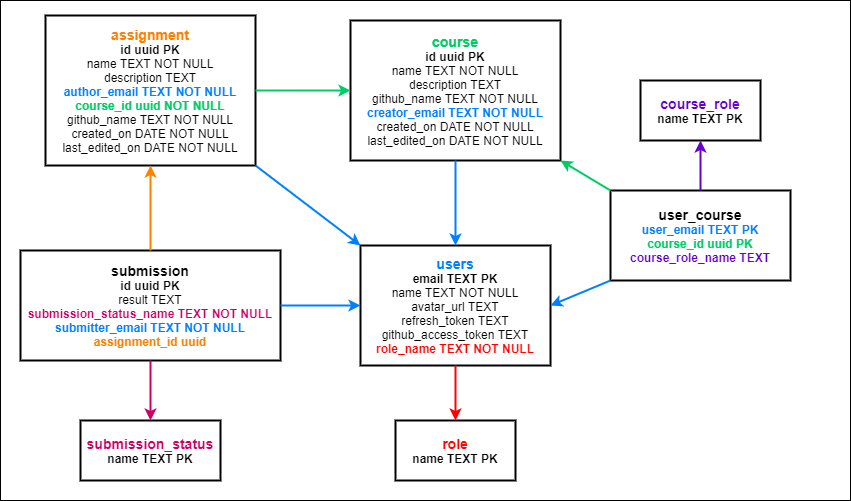
Before: docs/grader-db-tables.png, a diagram exported from draw.io (ZdravkoGyurov/grader). Source tidied: cells renumbered, new cells last; positions are measured from the earlier drawing's top-left corner, leaving out a move shared by most shapes. The source it was exported from:
```xml
<mxGraphModel>
  <root>
    <mxCell id="0" />
    <mxCell id="1" parent="0" />
    <mxCell id="2" style="rounded=0;whiteSpace=wrap;html=1;fillColor=#FFFFFF;" parent="1" vertex="1">
      <mxGeometry width="850" height="500" as="geometry" />
    </mxCell>
    <mxCell id="3" value="&lt;font color=&quot;#ff0000&quot;&gt;&lt;b&gt;&lt;font style=&quot;font-size: 14px&quot;&gt;role&lt;/font&gt;&lt;/b&gt;&lt;br&gt;&lt;/font&gt;&lt;b&gt;name TEXT PK&lt;/b&gt;" style="rounded=0;whiteSpace=wrap;html=1;fillColor=#FFFFFF;fontColor=#000000;strokeColor=#000000;strokeWidth=2;" parent="1" vertex="1">
      <mxGeometry x="395" y="420" width="120" height="60" as="geometry" />
    </mxCell>
    <mxCell id="4" value="&lt;b style=&quot;font-size: 14px&quot;&gt;&lt;font color=&quot;#6600cc&quot;&gt;course_role&lt;br&gt;&lt;/font&gt;&lt;/b&gt;&lt;b&gt;name TEXT PK&lt;/b&gt;" style="rounded=0;whiteSpace=wrap;html=1;fillColor=#FFFFFF;fontColor=#000000;strokeColor=#000000;strokeWidth=2;" parent="1" vertex="1">
      <mxGeometry x="640" y="80" width="120" height="60" as="geometry" />
    </mxCell>
    <mxCell id="5" value="&lt;font color=&quot;#cc0066&quot;&gt;&lt;b&gt;&lt;font style=&quot;font-size: 14px&quot;&gt;submission_status&lt;/font&gt;&lt;/b&gt;&lt;br&gt;&lt;/font&gt;&lt;b&gt;name TEXT PK&lt;/b&gt;" style="rounded=0;whiteSpace=wrap;html=1;fillColor=#FFFFFF;fontColor=#000000;strokeColor=#000000;strokeWidth=2;" parent="1" vertex="1">
      <mxGeometry x="80" y="420" width="140" height="60" as="geometry" />
    </mxCell>
    <mxCell id="6" value="&lt;font color=&quot;#007fff&quot;&gt;&lt;b&gt;&lt;font style=&quot;font-size: 14px&quot;&gt;users&lt;/font&gt;&lt;/b&gt;&lt;br&gt;&lt;/font&gt;&lt;b&gt;email TEXT PK&lt;/b&gt;&lt;br&gt;name TEXT NOT NULL&lt;br&gt;avatar_url TEXT&lt;br&gt;refresh_token TEXT&lt;br&gt;github_access_token TEXT&lt;br&gt;&lt;font color=&quot;#ff0000&quot;&gt;&lt;b&gt;role_name TEXT NOT NULL&lt;/b&gt;&lt;/font&gt;" style="rounded=0;whiteSpace=wrap;html=1;fillColor=#FFFFFF;fontColor=#000000;strokeColor=#000000;strokeWidth=2;" parent="1" vertex="1">
      <mxGeometry x="360" y="245" width="190" height="120" as="geometry" />
    </mxCell>
    <mxCell id="7" value="&lt;b&gt;&lt;font color=&quot;#00cc66&quot;&gt;&lt;font style=&quot;font-size: 14px&quot;&gt;course&lt;/font&gt;&lt;br&gt;&lt;/font&gt;id uuid PK&lt;/b&gt;&lt;br&gt;name TEXT NOT NULL&lt;br&gt;description TEXT&lt;br&gt;github_name TEXT NOT NULL&lt;br&gt;&lt;b&gt;&lt;font color=&quot;#007fff&quot;&gt;creator_email TEXT NOT NULL&lt;/font&gt;&lt;/b&gt;&lt;br&gt;created_on DATE NOT NULL&lt;br&gt;last_edited_on DATE NOT NULL" style="rounded=0;whiteSpace=wrap;html=1;fillColor=#FFFFFF;fontColor=#000000;strokeWidth=2;strokeColor=#000000;" parent="1" vertex="1">
      <mxGeometry x="350" y="20" width="210" height="140" as="geometry" />
    </mxCell>
    <mxCell id="8" value="&lt;b style=&quot;font-size: 14px&quot;&gt;&lt;font color=&quot;#ff8000&quot;&gt;assignment&lt;br&gt;&lt;/font&gt;&lt;/b&gt;&lt;b&gt;id uuid PK&lt;/b&gt;&lt;br&gt;name TEXT NOT NULL&lt;br&gt;description TEXT&lt;br&gt;&lt;b&gt;&lt;font color=&quot;#007fff&quot;&gt;author_email TEXT NOT NULL&lt;br&gt;&lt;/font&gt;&lt;font color=&quot;#00cc66&quot;&gt;course_id uuid NOT NULL&lt;/font&gt;&lt;br&gt;&lt;/b&gt;github_name TEXT NOT NULL&lt;br&gt;created_on DATE NOT NULL&lt;br&gt;last_edited_on DATE NOT NULL" style="rounded=0;whiteSpace=wrap;html=1;fillColor=#FFFFFF;fontColor=#000000;strokeWidth=2;strokeColor=#000000;" parent="1" vertex="1">
      <mxGeometry x="45" y="15" width="210" height="150" as="geometry" />
    </mxCell>
    <mxCell id="9" value="&lt;b&gt;&lt;font style=&quot;font-size: 14px&quot;&gt;submission&lt;/font&gt;&lt;br&gt;id uuid PK&lt;br&gt;&lt;/b&gt;result TEXT&lt;br&gt;&lt;b&gt;&lt;font color=&quot;#cc0066&quot;&gt;submission_status_name TEXT NOT NULL&lt;br&gt;&lt;/font&gt;&lt;font color=&quot;#007fff&quot;&gt;submitter_email TEXT NOT NULL&lt;br&gt;&lt;/font&gt;&lt;font color=&quot;#ff8000&quot;&gt;assignment_id uuid&lt;/font&gt;&lt;/b&gt;" style="rounded=0;whiteSpace=wrap;html=1;fillColor=#FFFFFF;fontColor=#000000;strokeColor=#000000;strokeWidth=2;" parent="1" vertex="1">
      <mxGeometry x="20" y="250" width="260" height="110" as="geometry" />
    </mxCell>
    <mxCell id="10" value="&lt;b style=&quot;font-size: 14px&quot;&gt;user_course&lt;br&gt;&lt;/b&gt;&lt;font color=&quot;#007fff&quot; style=&quot;font-weight: bold&quot;&gt;user_email TEXT PK&lt;br&gt;&lt;/font&gt;&lt;b&gt;&lt;font color=&quot;#00cc66&quot;&gt;course_id uuid PK&lt;br&gt;&lt;/font&gt;&lt;font color=&quot;#6600cc&quot;&gt;course_role_name TEXT&lt;/font&gt;&lt;/b&gt;" style="rounded=0;whiteSpace=wrap;html=1;fillColor=#FFFFFF;fontColor=#000000;strokeColor=#000000;strokeWidth=2;" parent="1" vertex="1">
      <mxGeometry x="610" y="190" width="180" height="90" as="geometry" />
    </mxCell>
    <mxCell id="11" style="endArrow=classic;html=1;fontColor=#FF0000;exitX=0.5;exitY=1;exitDx=0;exitDy=0;entryX=0.5;entryY=0;entryDx=0;entryDy=0;strokeColor=#FF0000;jumpSize=6;strokeWidth=2;" parent="1" edge="1" source="6" target="3">
      <mxGeometry relative="1" as="geometry" />
    </mxCell>
    <mxCell id="12" style="endArrow=classic;html=1;fontColor=#FF0000;exitX=0.5;exitY=1;exitDx=0;exitDy=0;entryX=0.5;entryY=0;entryDx=0;entryDy=0;strokeColor=#007FFF;strokeWidth=2;" parent="1" edge="1" source="7" target="6">
      <mxGeometry relative="1" as="geometry" />
    </mxCell>
    <mxCell id="13" style="endArrow=classic;html=1;fontColor=#FF0000;exitX=1;exitY=1;exitDx=0;exitDy=0;entryX=0;entryY=0;entryDx=0;entryDy=0;strokeColor=#007FFF;strokeWidth=2;" parent="1" edge="1" source="8" target="6">
      <mxGeometry relative="1" as="geometry" />
    </mxCell>
    <mxCell id="14" style="endArrow=classic;html=1;fontColor=#FF0000;exitX=1;exitY=0.5;exitDx=0;exitDy=0;entryX=0;entryY=0.5;entryDx=0;entryDy=0;strokeColor=#00CC66;strokeWidth=2;" parent="1" edge="1" source="8" target="7">
      <mxGeometry relative="1" as="geometry" />
    </mxCell>
    <mxCell id="15" style="endArrow=classic;html=1;fontColor=#FF0000;exitX=0.5;exitY=0;exitDx=0;exitDy=0;entryX=0.5;entryY=1;entryDx=0;entryDy=0;strokeColor=#FF8000;strokeWidth=2;" parent="1" edge="1" source="9" target="8">
      <mxGeometry relative="1" as="geometry" />
    </mxCell>
    <mxCell id="16" style="endArrow=classic;html=1;fontColor=#FF0000;exitX=1;exitY=0.5;exitDx=0;exitDy=0;entryX=0;entryY=0.5;entryDx=0;entryDy=0;strokeColor=#007FFF;strokeWidth=2;" parent="1" edge="1" source="9" target="6">
      <mxGeometry relative="1" as="geometry" />
    </mxCell>
    <mxCell id="17" style="endArrow=classic;html=1;fontColor=#FF0000;entryX=0.5;entryY=0;entryDx=0;entryDy=0;strokeColor=#CC0066;strokeWidth=2;exitX=0.5;exitY=1;exitDx=0;exitDy=0;" parent="1" edge="1" source="9" target="5">
      <mxGeometry relative="1" as="geometry" />
    </mxCell>
    <mxCell id="18" style="endArrow=classic;html=1;fontColor=#FF0000;exitX=0;exitY=1;exitDx=0;exitDy=0;entryX=1;entryY=0.5;entryDx=0;entryDy=0;strokeColor=#007FFF;strokeWidth=2;" parent="1" edge="1" source="10" target="6">
      <mxGeometry relative="1" as="geometry" />
    </mxCell>
    <mxCell id="19" style="endArrow=classic;html=1;fontColor=#FF0000;exitX=0;exitY=0;exitDx=0;exitDy=0;entryX=1;entryY=1;entryDx=0;entryDy=0;strokeColor=#00CC66;strokeWidth=2;" parent="1" edge="1" source="10" target="7">
      <mxGeometry relative="1" as="geometry" />
    </mxCell>
    <mxCell id="20" style="endArrow=classic;html=1;fontColor=#FF0000;exitX=0.5;exitY=0;exitDx=0;exitDy=0;entryX=0.5;entryY=1;entryDx=0;entryDy=0;strokeColor=#6600CC;strokeWidth=2;" parent="1" edge="1" source="10" target="4">
      <mxGeometry relative="1" as="geometry" />
    </mxCell>
  </root>
</mxGraphModel>
```
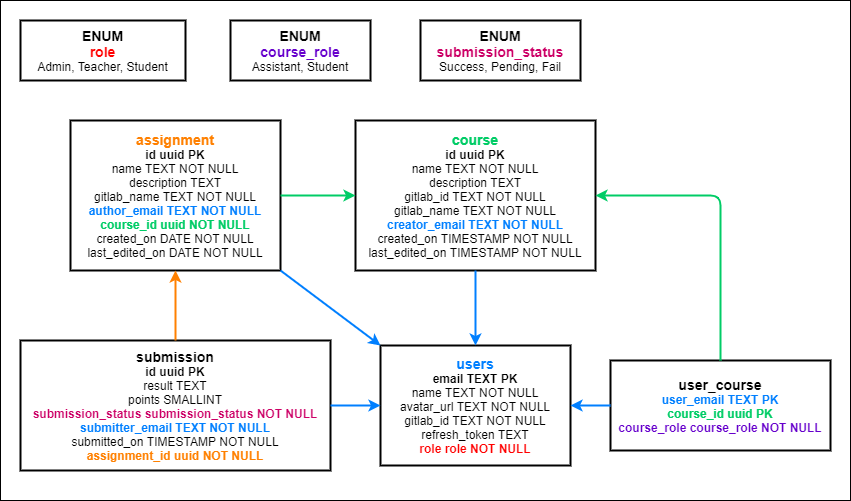
The same diagram one commit later.

Change to the diagram source:
```diff
@@ -5,33 +5,30 @@
     <mxCell id="2" style="rounded=0;whiteSpace=wrap;html=1;fillColor=#FFFFFF;" parent="1" vertex="1">
       <mxGeometry width="850" height="500" as="geometry" />
     </mxCell>
-    <mxCell id="3" value="&lt;font color=&quot;#ff0000&quot;&gt;&lt;b&gt;&lt;font style=&quot;font-size: 14px&quot;&gt;role&lt;/font&gt;&lt;/b&gt;&lt;br&gt;&lt;/font&gt;&lt;b&gt;name TEXT PK&lt;/b&gt;" style="rounded=0;whiteSpace=wrap;html=1;fillColor=#FFFFFF;fontColor=#000000;strokeColor=#000000;strokeWidth=2;" parent="1" vertex="1">
-      <mxGeometry x="395" y="420" width="120" height="60" as="geometry" />
+    <mxCell id="3" value="&lt;b&gt;&lt;font style=&quot;font-size: 14px&quot;&gt;ENUM&lt;br&gt;&lt;font color=&quot;#ff0000&quot;&gt;role&lt;/font&gt;&lt;/font&gt;&lt;/b&gt;&lt;br&gt;Admin, Teacher, Student" style="rounded=0;whiteSpace=wrap;html=1;fillColor=#FFFFFF;fontColor=#000000;strokeColor=#000000;strokeWidth=2;" parent="1" vertex="1">
+      <mxGeometry x="20" y="20" width="165" height="60" as="geometry" />
     </mxCell>
-    <mxCell id="4" value="&lt;b style=&quot;font-size: 14px&quot;&gt;&lt;font color=&quot;#6600cc&quot;&gt;course_role&lt;br&gt;&lt;/font&gt;&lt;/b&gt;&lt;b&gt;name TEXT PK&lt;/b&gt;" style="rounded=0;whiteSpace=wrap;html=1;fillColor=#FFFFFF;fontColor=#000000;strokeColor=#000000;strokeWidth=2;" parent="1" vertex="1">
-      <mxGeometry x="640" y="80" width="120" height="60" as="geometry" />
+    <mxCell id="4" value="&lt;b style=&quot;font-size: 14px&quot;&gt;ENUM&lt;br&gt;&lt;font color=&quot;#6600cc&quot;&gt;course_role&lt;br&gt;&lt;/font&gt;&lt;/b&gt;Assistant, Student" style="rounded=0;whiteSpace=wrap;html=1;fillColor=#FFFFFF;fontColor=#000000;strokeColor=#000000;strokeWidth=2;" parent="1" vertex="1">
+      <mxGeometry x="230" y="20" width="140" height="60" as="geometry" />
     </mxCell>
-    <mxCell id="5" value="&lt;font color=&quot;#cc0066&quot;&gt;&lt;b&gt;&lt;font style=&quot;font-size: 14px&quot;&gt;submission_status&lt;/font&gt;&lt;/b&gt;&lt;br&gt;&lt;/font&gt;&lt;b&gt;name TEXT PK&lt;/b&gt;" style="rounded=0;whiteSpace=wrap;html=1;fillColor=#FFFFFF;fontColor=#000000;strokeColor=#000000;strokeWidth=2;" parent="1" vertex="1">
-      <mxGeometry x="80" y="420" width="140" height="60" as="geometry" />
+    <mxCell id="5" value="&lt;b&gt;&lt;font style=&quot;font-size: 14px&quot;&gt;ENUM&lt;br&gt;&lt;font color=&quot;#cc0066&quot;&gt;submission_status&lt;br&gt;&lt;/font&gt;&lt;/font&gt;&lt;/b&gt;Success, Pending, Fail" style="rounded=0;whiteSpace=wrap;html=1;fillColor=#FFFFFF;fontColor=#000000;strokeColor=#000000;strokeWidth=2;" parent="1" vertex="1">
+      <mxGeometry x="420" y="20" width="160" height="60" as="geometry" />
     </mxCell>
-    <mxCell id="6" value="&lt;font color=&quot;#007fff&quot;&gt;&lt;b&gt;&lt;font style=&quot;font-size: 14px&quot;&gt;users&lt;/font&gt;&lt;/b&gt;&lt;br&gt;&lt;/font&gt;&lt;b&gt;email TEXT PK&lt;/b&gt;&lt;br&gt;name TEXT NOT NULL&lt;br&gt;avatar_url TEXT&lt;br&gt;refresh_token TEXT&lt;br&gt;github_access_token TEXT&lt;br&gt;&lt;font color=&quot;#ff0000&quot;&gt;&lt;b&gt;role_name TEXT NOT NULL&lt;/b&gt;&lt;/font&gt;" style="rounded=0;whiteSpace=wrap;html=1;fillColor=#FFFFFF;fontColor=#000000;strokeColor=#000000;strokeWidth=2;" parent="1" vertex="1">
-      <mxGeometry x="360" y="245" width="190" height="120" as="geometry" />
+    <mxCell id="6" value="&lt;font color=&quot;#007fff&quot;&gt;&lt;b&gt;&lt;font style=&quot;font-size: 14px&quot;&gt;users&lt;/font&gt;&lt;/b&gt;&lt;br&gt;&lt;/font&gt;&lt;b&gt;email TEXT PK&lt;/b&gt;&lt;br&gt;name TEXT NOT NULL&lt;br&gt;avatar_url TEXT NOT NULL&lt;br&gt;gitlab_id TEXT NOT NULL&lt;br&gt;refresh_token TEXT&lt;br&gt;&lt;font color=&quot;#ff0000&quot;&gt;&lt;b&gt;role role NOT NULL&lt;/b&gt;&lt;/font&gt;" style="rounded=0;whiteSpace=wrap;html=1;fillColor=#FFFFFF;fontColor=#000000;strokeColor=#000000;strokeWidth=2;" parent="1" vertex="1">
+      <mxGeometry x="380" y="345" width="190" height="120" as="geometry" />
     </mxCell>
-    <mxCell id="7" value="&lt;b&gt;&lt;font color=&quot;#00cc66&quot;&gt;&lt;font style=&quot;font-size: 14px&quot;&gt;course&lt;/font&gt;&lt;br&gt;&lt;/font&gt;id uuid PK&lt;/b&gt;&lt;br&gt;name TEXT NOT NULL&lt;br&gt;description TEXT&lt;br&gt;github_name TEXT NOT NULL&lt;br&gt;&lt;b&gt;&lt;font color=&quot;#007fff&quot;&gt;creator_email TEXT NOT NULL&lt;/font&gt;&lt;/b&gt;&lt;br&gt;created_on DATE NOT NULL&lt;br&gt;last_edited_on DATE NOT NULL" style="rounded=0;whiteSpace=wrap;html=1;fillColor=#FFFFFF;fontColor=#000000;strokeWidth=2;strokeColor=#000000;" parent="1" vertex="1">
-      <mxGeometry x="350" y="20" width="210" height="140" as="geometry" />
+    <mxCell id="7" value="&lt;b&gt;&lt;font color=&quot;#00cc66&quot;&gt;&lt;font style=&quot;font-size: 14px&quot;&gt;course&lt;/font&gt;&lt;br&gt;&lt;/font&gt;id uuid PK&lt;/b&gt;&lt;br&gt;name TEXT NOT NULL&lt;br&gt;description TEXT&lt;br&gt;gitlab_id TEXT NOT NULL&lt;br&gt;gitlab_name TEXT NOT NULL&lt;br&gt;&lt;b&gt;&lt;font color=&quot;#007fff&quot;&gt;creator_email TEXT NOT NULL&lt;/font&gt;&lt;/b&gt;&lt;br&gt;created_on TIMESTAMP NOT NULL&lt;br&gt;last_edited_on TIMESTAMP NOT NULL" style="rounded=0;whiteSpace=wrap;html=1;fillColor=#FFFFFF;fontColor=#000000;strokeWidth=2;strokeColor=#000000;" parent="1" vertex="1">
+      <mxGeometry x="355" y="120" width="240" height="150" as="geometry" />
     </mxCell>
-    <mxCell id="8" value="&lt;b style=&quot;font-size: 14px&quot;&gt;&lt;font color=&quot;#ff8000&quot;&gt;assignment&lt;br&gt;&lt;/font&gt;&lt;/b&gt;&lt;b&gt;id uuid PK&lt;/b&gt;&lt;br&gt;name TEXT NOT NULL&lt;br&gt;description TEXT&lt;br&gt;&lt;b&gt;&lt;font color=&quot;#007fff&quot;&gt;author_email TEXT NOT NULL&lt;br&gt;&lt;/font&gt;&lt;font color=&quot;#00cc66&quot;&gt;course_id uuid NOT NULL&lt;/font&gt;&lt;br&gt;&lt;/b&gt;github_name TEXT NOT NULL&lt;br&gt;created_on DATE NOT NULL&lt;br&gt;last_edited_on DATE NOT NULL" style="rounded=0;whiteSpace=wrap;html=1;fillColor=#FFFFFF;fontColor=#000000;strokeWidth=2;strokeColor=#000000;" parent="1" vertex="1">
-      <mxGeometry x="45" y="15" width="210" height="150" as="geometry" />
+    <mxCell id="8" value="&lt;b style=&quot;font-size: 14px&quot;&gt;&lt;font color=&quot;#ff8000&quot;&gt;assignment&lt;br&gt;&lt;/font&gt;&lt;/b&gt;&lt;b&gt;id uuid PK&lt;/b&gt;&lt;br&gt;name TEXT NOT NULL&lt;br&gt;description TEXT&lt;br&gt;gitlab_name TEXT NOT NULL&lt;br&gt;&lt;b&gt;&lt;font color=&quot;#007fff&quot;&gt;author_email TEXT NOT NULL&lt;br&gt;&lt;/font&gt;&lt;font color=&quot;#00cc66&quot;&gt;course_id uuid NOT NULL&lt;/font&gt;&lt;/b&gt;&lt;br&gt;created_on DATE NOT NULL&lt;br&gt;last_edited_on DATE NOT NULL" style="rounded=0;whiteSpace=wrap;html=1;fillColor=#FFFFFF;fontColor=#000000;strokeWidth=2;strokeColor=#000000;" parent="1" vertex="1">
+      <mxGeometry x="70" y="120" width="210" height="150" as="geometry" />
     </mxCell>
-    <mxCell id="9" value="&lt;b&gt;&lt;font style=&quot;font-size: 14px&quot;&gt;submission&lt;/font&gt;&lt;br&gt;id uuid PK&lt;br&gt;&lt;/b&gt;result TEXT&lt;br&gt;&lt;b&gt;&lt;font color=&quot;#cc0066&quot;&gt;submission_status_name TEXT NOT NULL&lt;br&gt;&lt;/font&gt;&lt;font color=&quot;#007fff&quot;&gt;submitter_email TEXT NOT NULL&lt;br&gt;&lt;/font&gt;&lt;font color=&quot;#ff8000&quot;&gt;assignment_id uuid&lt;/font&gt;&lt;/b&gt;" style="rounded=0;whiteSpace=wrap;html=1;fillColor=#FFFFFF;fontColor=#000000;strokeColor=#000000;strokeWidth=2;" parent="1" vertex="1">
-      <mxGeometry x="20" y="250" width="260" height="110" as="geometry" />
+    <mxCell id="9" value="&lt;b&gt;&lt;font style=&quot;font-size: 14px&quot;&gt;submission&lt;/font&gt;&lt;br&gt;id uuid PK&lt;br&gt;&lt;/b&gt;result TEXT&lt;br&gt;points SMALLINT&lt;br&gt;&lt;b&gt;&lt;font color=&quot;#cc0066&quot;&gt;submission_status&amp;nbsp;&lt;/font&gt;&lt;/b&gt;&lt;b&gt;&lt;font color=&quot;#cc0066&quot;&gt;submission_status&amp;nbsp;&lt;/font&gt;&lt;/b&gt;&lt;font color=&quot;#cc0066&quot; style=&quot;font-weight: bold&quot;&gt;NOT NULL&lt;br&gt;&lt;/font&gt;&lt;font color=&quot;#007fff&quot; style=&quot;font-weight: bold&quot;&gt;submitter_email TEXT NOT NULL&lt;/font&gt;&lt;br&gt;submitted_on TIMESTAMP NOT NULL&lt;br&gt;&lt;font color=&quot;#ff8000&quot; style=&quot;font-weight: bold&quot;&gt;assignment_id uuid NOT NULL&lt;/font&gt;" style="rounded=0;whiteSpace=wrap;html=1;fillColor=#FFFFFF;fontColor=#000000;strokeColor=#000000;strokeWidth=2;" parent="1" vertex="1">
+      <mxGeometry x="20" y="340" width="310" height="130" as="geometry" />
     </mxCell>
-    <mxCell id="10" value="&lt;b style=&quot;font-size: 14px&quot;&gt;user_course&lt;br&gt;&lt;/b&gt;&lt;font color=&quot;#007fff&quot; style=&quot;font-weight: bold&quot;&gt;user_email TEXT PK&lt;br&gt;&lt;/font&gt;&lt;b&gt;&lt;font color=&quot;#00cc66&quot;&gt;course_id uuid PK&lt;br&gt;&lt;/font&gt;&lt;font color=&quot;#6600cc&quot;&gt;course_role_name TEXT&lt;/font&gt;&lt;/b&gt;" style="rounded=0;whiteSpace=wrap;html=1;fillColor=#FFFFFF;fontColor=#000000;strokeColor=#000000;strokeWidth=2;" parent="1" vertex="1">
-      <mxGeometry x="610" y="190" width="180" height="90" as="geometry" />
+    <mxCell id="10" value="&lt;b style=&quot;font-size: 14px&quot;&gt;user_course&lt;br&gt;&lt;/b&gt;&lt;font color=&quot;#007fff&quot; style=&quot;font-weight: bold&quot;&gt;user_email TEXT PK&lt;br&gt;&lt;/font&gt;&lt;b&gt;&lt;font color=&quot;#00cc66&quot;&gt;course_id uuid PK&lt;br&gt;&lt;/font&gt;&lt;font color=&quot;#6600cc&quot;&gt;course_role course_role NOT NULL&lt;/font&gt;&lt;/b&gt;" style="rounded=0;whiteSpace=wrap;html=1;fillColor=#FFFFFF;fontColor=#000000;strokeColor=#000000;strokeWidth=2;" parent="1" vertex="1">
+      <mxGeometry x="610" y="360" width="220" height="90" as="geometry" />
     </mxCell>
-    <mxCell id="11" style="endArrow=classic;html=1;fontColor=#FF0000;exitX=0.5;exitY=1;exitDx=0;exitDy=0;entryX=0.5;entryY=0;entryDx=0;entryDy=0;strokeColor=#FF0000;jumpSize=6;strokeWidth=2;" parent="1" edge="1" source="6" target="3">
-      <mxGeometry relative="1" as="geometry" />
-    </mxCell>
     <mxCell id="12" style="endArrow=classic;html=1;fontColor=#FF0000;exitX=0.5;exitY=1;exitDx=0;exitDy=0;entryX=0.5;entryY=0;entryDx=0;entryDy=0;strokeColor=#007FFF;strokeWidth=2;" parent="1" edge="1" source="7" target="6">
       <mxGeometry relative="1" as="geometry" />
     </mxCell>
@@ -47,17 +44,15 @@
     <mxCell id="16" style="endArrow=classic;html=1;fontColor=#FF0000;exitX=1;exitY=0.5;exitDx=0;exitDy=0;entryX=0;entryY=0.5;entryDx=0;entryDy=0;strokeColor=#007FFF;strokeWidth=2;" parent="1" edge="1" source="9" target="6">
       <mxGeometry relative="1" as="geometry" />
     </mxCell>
-    <mxCell id="17" style="endArrow=classic;html=1;fontColor=#FF0000;entryX=0.5;entryY=0;entryDx=0;entryDy=0;strokeColor=#CC0066;strokeWidth=2;exitX=0.5;exitY=1;exitDx=0;exitDy=0;" parent="1" edge="1" source="9" target="5">
-      <mxGeometry relative="1" as="geometry" />
-    </mxCell>
-    <mxCell id="18" style="endArrow=classic;html=1;fontColor=#FF0000;exitX=0;exitY=1;exitDx=0;exitDy=0;entryX=1;entryY=0.5;entryDx=0;entryDy=0;strokeColor=#007FFF;strokeWidth=2;" parent="1" edge="1" source="10" target="6">
+    <mxCell id="18" style="endArrow=classic;html=1;fontColor=#FF0000;exitX=0;exitY=0.5;exitDx=0;exitDy=0;entryX=1;entryY=0.5;entryDx=0;entryDy=0;strokeColor=#007FFF;strokeWidth=2;" parent="1" edge="1" source="10" target="6">
       <mxGeometry relative="1" as="geometry" />
     </mxCell>
-    <mxCell id="19" style="endArrow=classic;html=1;fontColor=#FF0000;exitX=0;exitY=0;exitDx=0;exitDy=0;entryX=1;entryY=1;entryDx=0;entryDy=0;strokeColor=#00CC66;strokeWidth=2;" parent="1" edge="1" source="10" target="7">
-      <mxGeometry relative="1" as="geometry" />
+    <mxCell id="19" style="endArrow=classic;html=1;fontColor=#FF0000;exitX=0.5;exitY=0;exitDx=0;exitDy=0;entryX=1;entryY=0.5;entryDx=0;entryDy=0;strokeColor=#00CC66;strokeWidth=2;" parent="1" edge="1" source="10" target="7">
+      <mxGeometry relative="1" as="geometry">
+        <Array as="points">
+          <mxPoint x="720" y="195" />
+        </Array>
+      </mxGeometry>
     </mxCell>
-    <mxCell id="20" style="endArrow=classic;html=1;fontColor=#FF0000;exitX=0.5;exitY=0;exitDx=0;exitDy=0;entryX=0.5;entryY=1;entryDx=0;entryDy=0;strokeColor=#6600CC;strokeWidth=2;" parent="1" edge="1" source="10" target="4">
-      <mxGeometry relative="1" as="geometry" />
-    </mxCell>
   </root>
 </mxGraphModel>
```
